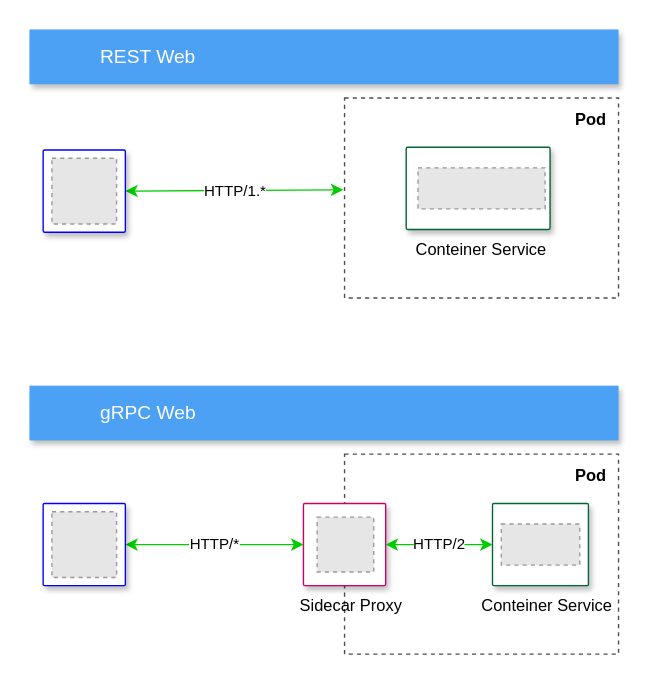
Above: gRPC Envoy.drawio in josephlim75/technologies (draw.io), before the change. Source tidied: cells renumbered, new cells numbered last; positions are measured from the earlier drawing's top-left corner, leaving out a move shared by most shapes. Both pictures are drawn from the tidied source at 137%, with x=0, y=0 at pixel (29, 29). Pictures stored in the file or linked from it are replaced by grey dashed boxes.
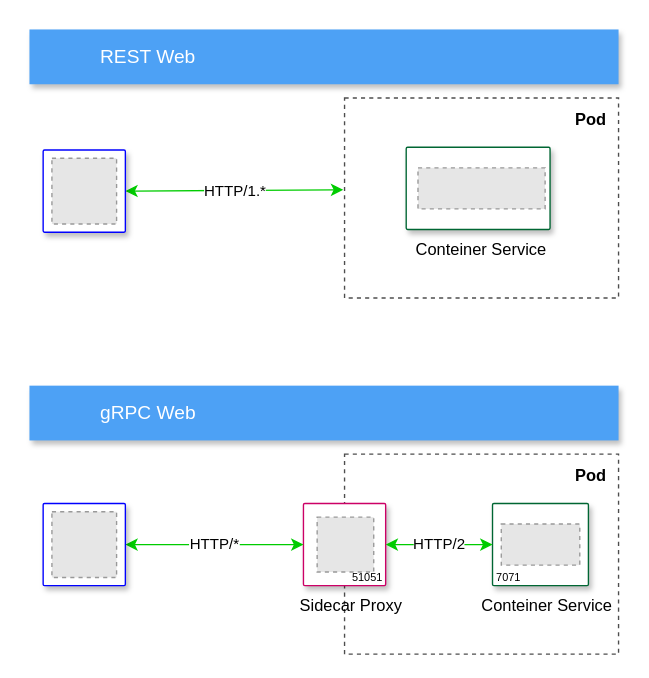
After the change.

The change refers to these unchanged cells:
```xml
<mxCell id="13" style="group;" parent="1" vertex="1">
  <mxGeometry x="348" y="346" width="60" height="60" as="geometry" />
</mxCell>
```

Change to the diagram source:
```diff
@@
+    <mxCell id="32" value="&lt;font style=&quot;font-size: 8px&quot;&gt;7071&lt;/font&gt;" style="text;html=1;strokeColor=none;fillColor=none;align=center;verticalAlign=middle;whiteSpace=wrap;rounded=0;" parent="13" vertex="1">
+      <mxGeometry x="-18" y="43" width="40" height="20" as="geometry" />
+    </mxCell>
     <mxCell id="16" style="group;" parent="1" vertex="1">
-      <mxGeometry x="200" y="346" width="60" height="60" as="geometry" />
+      <mxGeometry x="200" y="346" width="70" height="60" as="geometry" />
     </mxCell>
@@
+    <mxCell id="33" value="&lt;font style=&quot;font-size: 8px&quot;&gt;51051&lt;/font&gt;" style="text;html=1;strokeColor=none;fillColor=none;align=center;verticalAlign=middle;whiteSpace=wrap;rounded=0;" parent="16" vertex="1">
+      <mxGeometry x="27" y="43" width="40" height="20" as="geometry" />
+    </mxCell>
```
